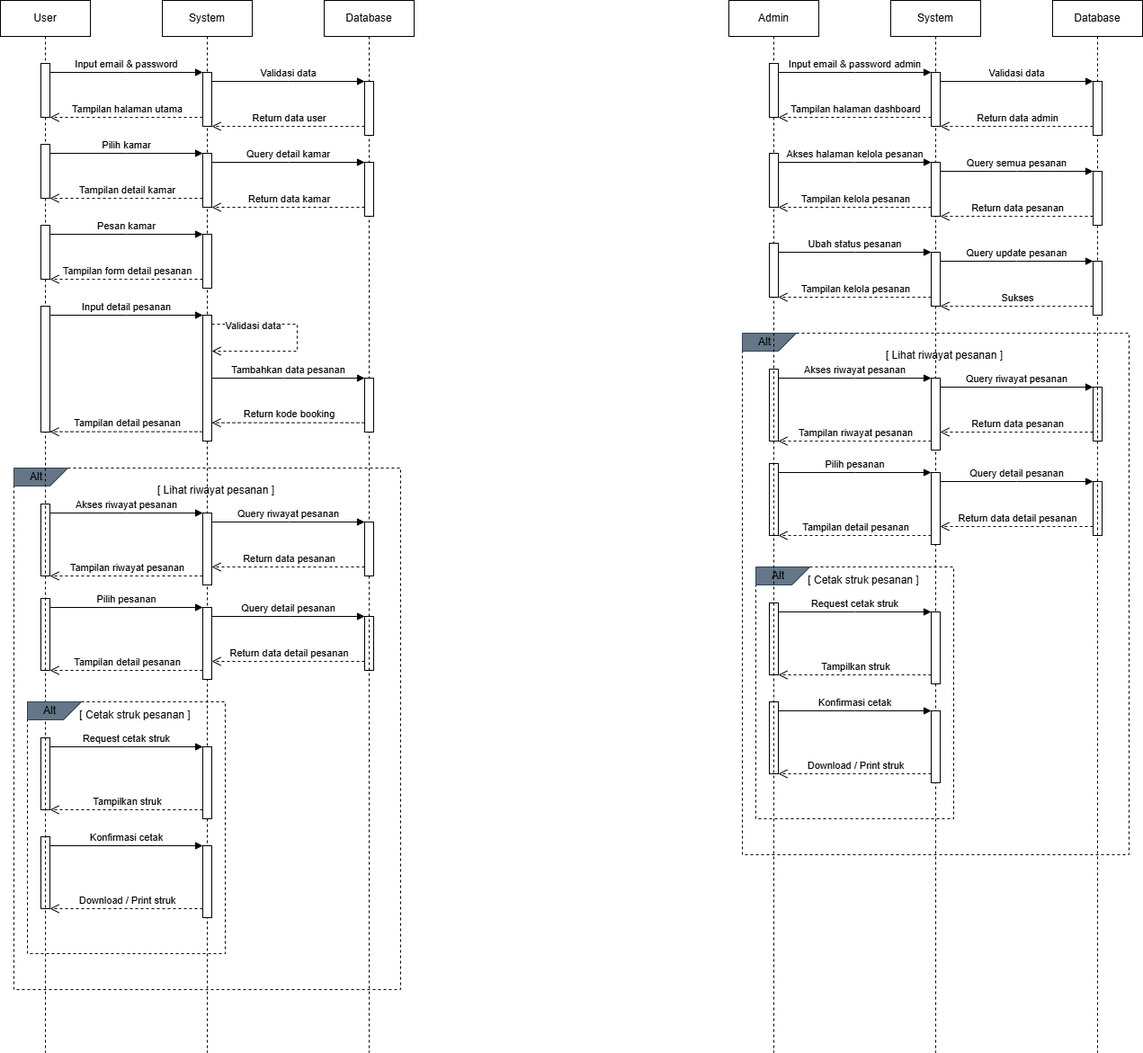
The draw.io diagram uml/sequence-tiket-hotel.png in contributor404/ukk, before a commit. Source tidied: cells renumbered, new cells last; positions are measured from the earlier drawing's top-left corner, leaving out a move shared by most shapes.
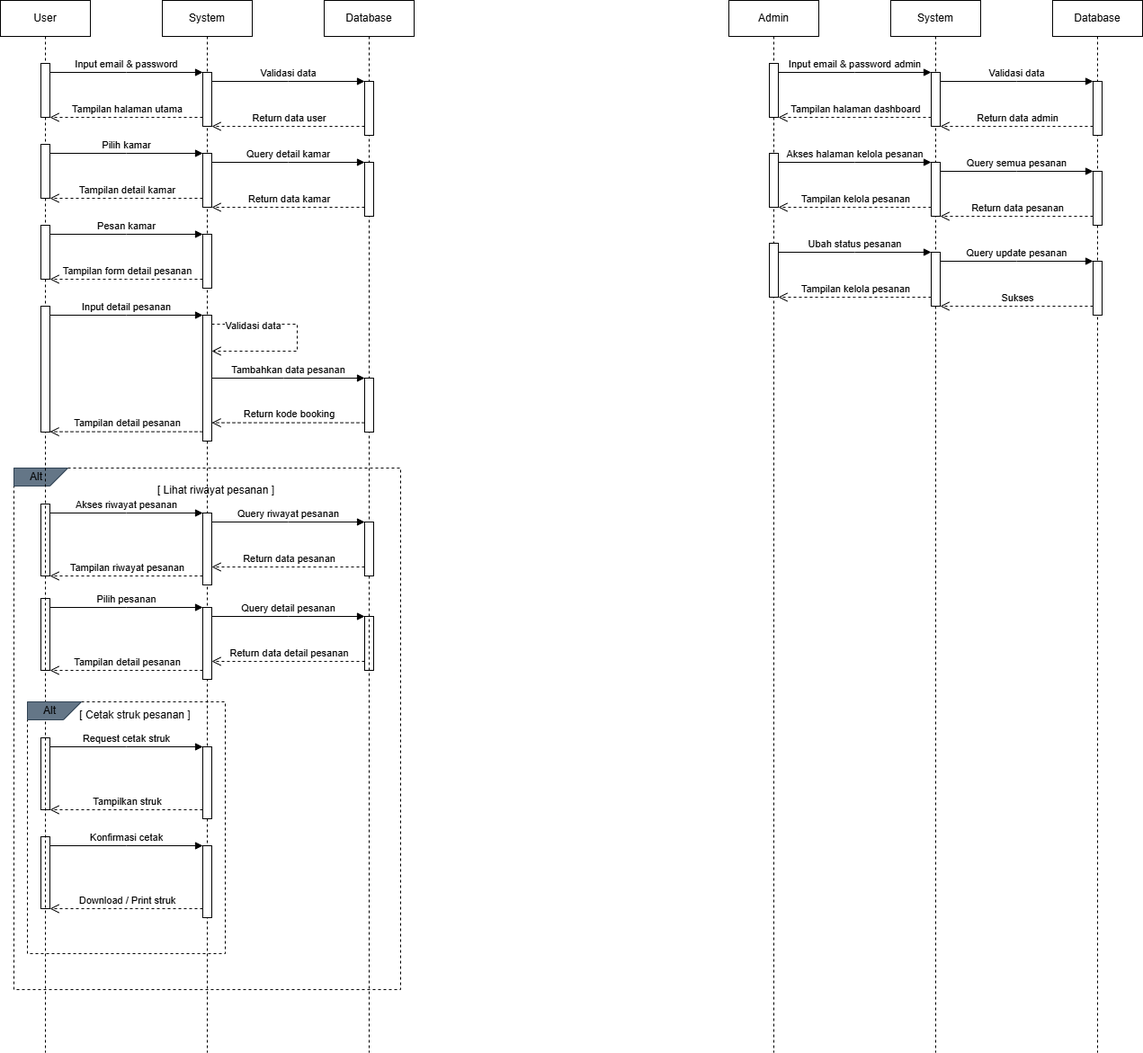
The same file after the commit.

Change to the diagram source:
```diff
@@ -375,178 +375,6 @@
     <mxCell id="76" style="html=1;points=[];perimeter=orthogonalPerimeter;outlineConnect=0;targetShapes=umlLifeline;portConstraint=eastwest;newEdgeStyle={&quot;edgeStyle&quot;:&quot;elbowEdgeStyle&quot;,&quot;elbow&quot;:&quot;vertical&quot;,&quot;curved&quot;:0,&quot;rounded&quot;:0};" parent="75" vertex="1">
       <mxGeometry x="45" y="80" width="10" height="60" as="geometry" />
     </mxCell>
-    <mxCell id="77" style="verticalLabelPosition=bottom;verticalAlign=top;html=1;shape=mxgraph.basic.rect;fillColor2=none;strokeWidth=1;size=20;indent=5;dashed=1;fillColor=none;" parent="75" vertex="1">
-      <mxGeometry x="-165" y="370" width="430" height="580" as="geometry" />
-    </mxCell>
-    <mxCell id="78" value="Akses riwayat pesanan" style="html=1;verticalAlign=bottom;endArrow=block;edgeStyle=elbowEdgeStyle;elbow=horizontal;curved=0;rounded=0;" parent="75" edge="1" source="79" target="80">
-      <mxGeometry relative="1" as="geometry">
-        <Array as="points">
-          <mxPoint x="-40" y="420" />
-        </Array>
-      </mxGeometry>
-    </mxCell>
-    <mxCell id="79" style="html=1;points=[];perimeter=orthogonalPerimeter;outlineConnect=0;targetShapes=umlLifeline;portConstraint=eastwest;newEdgeStyle={&quot;edgeStyle&quot;:&quot;elbowEdgeStyle&quot;,&quot;elbow&quot;:&quot;vertical&quot;,&quot;curved&quot;:0,&quot;rounded&quot;:0};" parent="75" vertex="1">
-      <mxGeometry x="-135" y="410" width="10" height="80" as="geometry" />
-    </mxCell>
-    <mxCell id="80" style="html=1;points=[];perimeter=orthogonalPerimeter;outlineConnect=0;targetShapes=umlLifeline;portConstraint=eastwest;newEdgeStyle={&quot;edgeStyle&quot;:&quot;elbowEdgeStyle&quot;,&quot;elbow&quot;:&quot;vertical&quot;,&quot;curved&quot;:0,&quot;rounded&quot;:0};" parent="75" vertex="1">
-      <mxGeometry x="45" y="420" width="10" height="80" as="geometry" />
-    </mxCell>
-    <mxCell id="81" value="[ Cetak struk pesanan ]" style="text;html=1;whiteSpace=wrap;strokeColor=none;fillColor=none;align=center;verticalAlign=middle;rounded=0;" parent="75" vertex="1">
-      <mxGeometry x="-105" y="630" width="150" height="30" as="geometry" />
-    </mxCell>
-    <mxCell id="82" style="verticalLabelPosition=bottom;verticalAlign=top;html=1;shape=card;whiteSpace=wrap;size=20;arcSize=12;rotation=-180;fillColor=#647687;strokeColor=#314354;fontColor=#ffffff;" parent="75" vertex="1">
-      <mxGeometry x="-165" y="370" width="60" height="20" as="geometry" />
-    </mxCell>
-    <mxCell id="83" value="Alt" style="text;html=1;whiteSpace=wrap;align=center;verticalAlign=middle;rounded=0;" parent="75" vertex="1">
-      <mxGeometry x="-165" y="370" width="50" height="20" as="geometry" />
-    </mxCell>
-    <mxCell id="84" style="html=1;verticalAlign=bottom;endArrow=open;dashed=1;endSize=8;edgeStyle=elbowEdgeStyle;elbow=vertical;curved=0;rounded=0;" parent="75" edge="1" source="80" target="79">
-      <mxGeometry relative="1" as="geometry">
-        <Array as="points">
-          <mxPoint x="-50" y="490" />
-        </Array>
-      </mxGeometry>
-    </mxCell>
-    <mxCell id="85" value="Tampilan riwayat pesanan" style="edgeLabel;html=1;align=center;verticalAlign=middle;" parent="84" vertex="1">
-      <mxGeometry x="0.09" y="1" relative="1" as="geometry">
-        <mxPoint x="7" y="-11" as="offset" />
-      </mxGeometry>
-    </mxCell>
-    <mxCell id="86" value="Pilih pesanan" style="html=1;verticalAlign=bottom;endArrow=block;edgeStyle=elbowEdgeStyle;elbow=horizontal;curved=0;rounded=0;" parent="75" edge="1" source="87" target="88">
-      <mxGeometry relative="1" as="geometry">
-        <Array as="points">
-          <mxPoint x="-40" y="525" />
-        </Array>
-      </mxGeometry>
-    </mxCell>
-    <mxCell id="87" style="html=1;points=[];perimeter=orthogonalPerimeter;outlineConnect=0;targetShapes=umlLifeline;portConstraint=eastwest;newEdgeStyle={&quot;edgeStyle&quot;:&quot;elbowEdgeStyle&quot;,&quot;elbow&quot;:&quot;vertical&quot;,&quot;curved&quot;:0,&quot;rounded&quot;:0};" parent="75" vertex="1">
-      <mxGeometry x="-135" y="515" width="10" height="80" as="geometry" />
-    </mxCell>
-    <mxCell id="88" style="html=1;points=[];perimeter=orthogonalPerimeter;outlineConnect=0;targetShapes=umlLifeline;portConstraint=eastwest;newEdgeStyle={&quot;edgeStyle&quot;:&quot;elbowEdgeStyle&quot;,&quot;elbow&quot;:&quot;vertical&quot;,&quot;curved&quot;:0,&quot;rounded&quot;:0};" parent="75" vertex="1">
-      <mxGeometry x="45" y="525" width="10" height="80" as="geometry" />
-    </mxCell>
-    <mxCell id="89" style="html=1;verticalAlign=bottom;endArrow=open;dashed=1;endSize=8;edgeStyle=elbowEdgeStyle;elbow=vertical;curved=0;rounded=0;" parent="75" edge="1" source="88" target="87">
-      <mxGeometry relative="1" as="geometry">
-        <Array as="points">
-          <mxPoint x="-50" y="595" />
-        </Array>
-      </mxGeometry>
-    </mxCell>
-    <mxCell id="90" value="Tampilan detail pesanan" style="edgeLabel;html=1;align=center;verticalAlign=middle;" parent="89" vertex="1">
-      <mxGeometry x="0.09" y="1" relative="1" as="geometry">
-        <mxPoint x="7" y="-11" as="offset" />
-      </mxGeometry>
-    </mxCell>
-    <mxCell id="91" value="Query detail pesanan" style="html=1;verticalAlign=bottom;endArrow=block;edgeStyle=elbowEdgeStyle;elbow=horizontal;curved=0;rounded=0;" parent="75" edge="1">
-      <mxGeometry relative="1" as="geometry">
-        <mxPoint x="55" y="535" as="sourcePoint" />
-        <mxPoint x="225" y="535" as="targetPoint" />
-        <Array as="points">
-          <mxPoint x="140" y="535" />
-        </Array>
-      </mxGeometry>
-    </mxCell>
-    <mxCell id="92" style="html=1;verticalAlign=bottom;endArrow=open;dashed=1;endSize=8;edgeStyle=elbowEdgeStyle;elbow=vertical;curved=0;rounded=0;" parent="75" edge="1" source="94" target="88">
-      <mxGeometry relative="1" as="geometry">
-        <Array as="points">
-          <mxPoint x="135" y="585" />
-        </Array>
-      </mxGeometry>
-    </mxCell>
-    <mxCell id="93" value="Return data detail pesanan" style="edgeLabel;html=1;align=center;verticalAlign=middle;" parent="92" vertex="1">
-      <mxGeometry x="0.09" y="1" relative="1" as="geometry">
-        <mxPoint x="7" y="-11" as="offset" />
-      </mxGeometry>
-    </mxCell>
-    <mxCell id="94" style="html=1;points=[];perimeter=orthogonalPerimeter;outlineConnect=0;targetShapes=umlLifeline;portConstraint=eastwest;newEdgeStyle={&quot;edgeStyle&quot;:&quot;elbowEdgeStyle&quot;,&quot;elbow&quot;:&quot;vertical&quot;,&quot;curved&quot;:0,&quot;rounded&quot;:0};" parent="75" vertex="1">
-      <mxGeometry x="225" y="535" width="10" height="60" as="geometry" />
-    </mxCell>
-    <mxCell id="95" value="[ Lihat riwayat pesanan ]" style="text;html=1;whiteSpace=wrap;strokeColor=none;fillColor=none;align=center;verticalAlign=middle;rounded=0;" parent="75" vertex="1">
-      <mxGeometry x="-15" y="380" width="150" height="30" as="geometry" />
-    </mxCell>
-    <mxCell id="96" value="Request cetak struk" style="html=1;verticalAlign=bottom;endArrow=block;edgeStyle=elbowEdgeStyle;elbow=horizontal;curved=0;rounded=0;" parent="75" edge="1" source="99" target="100">
-      <mxGeometry relative="1" as="geometry">
-        <Array as="points">
-          <mxPoint x="-40" y="680" />
-        </Array>
-      </mxGeometry>
-    </mxCell>
-    <mxCell id="97" style="html=1;verticalAlign=bottom;endArrow=open;dashed=1;endSize=8;edgeStyle=elbowEdgeStyle;elbow=vertical;curved=0;rounded=0;" parent="75" edge="1" source="100" target="99">
-      <mxGeometry relative="1" as="geometry">
-        <Array as="points">
-          <mxPoint x="-50" y="750" />
-        </Array>
-      </mxGeometry>
-    </mxCell>
-    <mxCell id="98" value="Tampilkan struk" style="edgeLabel;html=1;align=center;verticalAlign=middle;" parent="97" vertex="1">
-      <mxGeometry x="0.09" y="1" relative="1" as="geometry">
-        <mxPoint x="7" y="-11" as="offset" />
-      </mxGeometry>
-    </mxCell>
-    <mxCell id="99" style="html=1;points=[];perimeter=orthogonalPerimeter;outlineConnect=0;targetShapes=umlLifeline;portConstraint=eastwest;newEdgeStyle={&quot;edgeStyle&quot;:&quot;elbowEdgeStyle&quot;,&quot;elbow&quot;:&quot;vertical&quot;,&quot;curved&quot;:0,&quot;rounded&quot;:0};" parent="75" vertex="1">
-      <mxGeometry x="-135" y="670" width="10" height="80" as="geometry" />
-    </mxCell>
-    <mxCell id="100" style="html=1;points=[];perimeter=orthogonalPerimeter;outlineConnect=0;targetShapes=umlLifeline;portConstraint=eastwest;newEdgeStyle={&quot;edgeStyle&quot;:&quot;elbowEdgeStyle&quot;,&quot;elbow&quot;:&quot;vertical&quot;,&quot;curved&quot;:0,&quot;rounded&quot;:0};" parent="75" vertex="1">
-      <mxGeometry x="45" y="680" width="10" height="80" as="geometry" />
-    </mxCell>
-    <mxCell id="101" value="Konfirmasi cetak" style="html=1;verticalAlign=bottom;endArrow=block;edgeStyle=elbowEdgeStyle;elbow=horizontal;curved=0;rounded=0;" parent="75" edge="1" source="104" target="105">
-      <mxGeometry relative="1" as="geometry">
-        <Array as="points">
-          <mxPoint x="-40" y="790" />
-        </Array>
-      </mxGeometry>
-    </mxCell>
-    <mxCell id="102" style="html=1;verticalAlign=bottom;endArrow=open;dashed=1;endSize=8;edgeStyle=elbowEdgeStyle;elbow=vertical;curved=0;rounded=0;" parent="75" edge="1" source="105" target="104">
-      <mxGeometry relative="1" as="geometry">
-        <Array as="points">
-          <mxPoint x="-50" y="860" />
-        </Array>
-      </mxGeometry>
-    </mxCell>
-    <mxCell id="103" value="Download / Print struk" style="edgeLabel;html=1;align=center;verticalAlign=middle;" parent="102" vertex="1">
-      <mxGeometry x="0.09" y="1" relative="1" as="geometry">
-        <mxPoint x="7" y="-11" as="offset" />
-      </mxGeometry>
-    </mxCell>
-    <mxCell id="104" style="html=1;points=[];perimeter=orthogonalPerimeter;outlineConnect=0;targetShapes=umlLifeline;portConstraint=eastwest;newEdgeStyle={&quot;edgeStyle&quot;:&quot;elbowEdgeStyle&quot;,&quot;elbow&quot;:&quot;vertical&quot;,&quot;curved&quot;:0,&quot;rounded&quot;:0};" parent="75" vertex="1">
-      <mxGeometry x="-135" y="780" width="10" height="80" as="geometry" />
-    </mxCell>
-    <mxCell id="105" style="html=1;points=[];perimeter=orthogonalPerimeter;outlineConnect=0;targetShapes=umlLifeline;portConstraint=eastwest;newEdgeStyle={&quot;edgeStyle&quot;:&quot;elbowEdgeStyle&quot;,&quot;elbow&quot;:&quot;vertical&quot;,&quot;curved&quot;:0,&quot;rounded&quot;:0};" parent="75" vertex="1">
-      <mxGeometry x="45" y="790" width="10" height="80" as="geometry" />
-    </mxCell>
-    <mxCell id="106" style="verticalLabelPosition=bottom;verticalAlign=top;html=1;shape=mxgraph.basic.rect;fillColor2=none;strokeWidth=1;size=20;indent=5;dashed=1;fillColor=none;" parent="75" vertex="1">
-      <mxGeometry x="-150" y="630" width="220" height="280" as="geometry" />
-    </mxCell>
-    <mxCell id="107" value="Query riwayat pesanan" style="html=1;verticalAlign=bottom;endArrow=block;edgeStyle=elbowEdgeStyle;elbow=horizontal;curved=0;rounded=0;" parent="75" edge="1">
-      <mxGeometry relative="1" as="geometry">
-        <mxPoint x="55" y="430" as="sourcePoint" />
-        <mxPoint x="225" y="430" as="targetPoint" />
-        <Array as="points">
-          <mxPoint x="140" y="430" />
-        </Array>
-      </mxGeometry>
-    </mxCell>
-    <mxCell id="108" style="html=1;verticalAlign=bottom;endArrow=open;dashed=1;endSize=8;edgeStyle=elbowEdgeStyle;elbow=vertical;curved=0;rounded=0;" parent="75" edge="1" source="110" target="80">
-      <mxGeometry relative="1" as="geometry">
-        <Array as="points">
-          <mxPoint x="135" y="480" />
-        </Array>
-      </mxGeometry>
-    </mxCell>
-    <mxCell id="109" value="Return data pesanan" style="edgeLabel;html=1;align=center;verticalAlign=middle;" parent="108" vertex="1">
-      <mxGeometry x="0.09" y="1" relative="1" as="geometry">
-        <mxPoint x="7" y="-11" as="offset" />
-      </mxGeometry>
-    </mxCell>
-    <mxCell id="110" style="html=1;points=[];perimeter=orthogonalPerimeter;outlineConnect=0;targetShapes=umlLifeline;portConstraint=eastwest;newEdgeStyle={&quot;edgeStyle&quot;:&quot;elbowEdgeStyle&quot;,&quot;elbow&quot;:&quot;vertical&quot;,&quot;curved&quot;:0,&quot;rounded&quot;:0};" parent="75" vertex="1">
-      <mxGeometry x="225" y="430" width="10" height="60" as="geometry" />
-    </mxCell>
-    <mxCell id="111" style="verticalLabelPosition=bottom;verticalAlign=top;html=1;shape=card;whiteSpace=wrap;size=20;arcSize=12;rotation=-180;fillColor=#647687;strokeColor=#314354;fontColor=#ffffff;" parent="75" vertex="1">
-      <mxGeometry x="-150" y="630" width="60" height="20" as="geometry" />
-    </mxCell>
-    <mxCell id="112" value="Alt" style="text;html=1;whiteSpace=wrap;align=center;verticalAlign=middle;rounded=0;" parent="75" vertex="1">
-      <mxGeometry x="-150" y="630" width="50" height="20" as="geometry" />
-    </mxCell>
     <mxCell id="113" value="Admin" style="shape=umlLifeline;perimeter=lifelinePerimeter;whiteSpace=wrap;html=1;newEdgeStyle={&quot;edgeStyle&quot;:&quot;elbowEdgeStyle&quot;,&quot;elbow&quot;:&quot;vertical&quot;,&quot;curved&quot;:0,&quot;rounded&quot;:0};" parent="1" vertex="1">
       <mxGeometry x="810" width="100" height="1170" as="geometry" />
     </mxCell>
```
